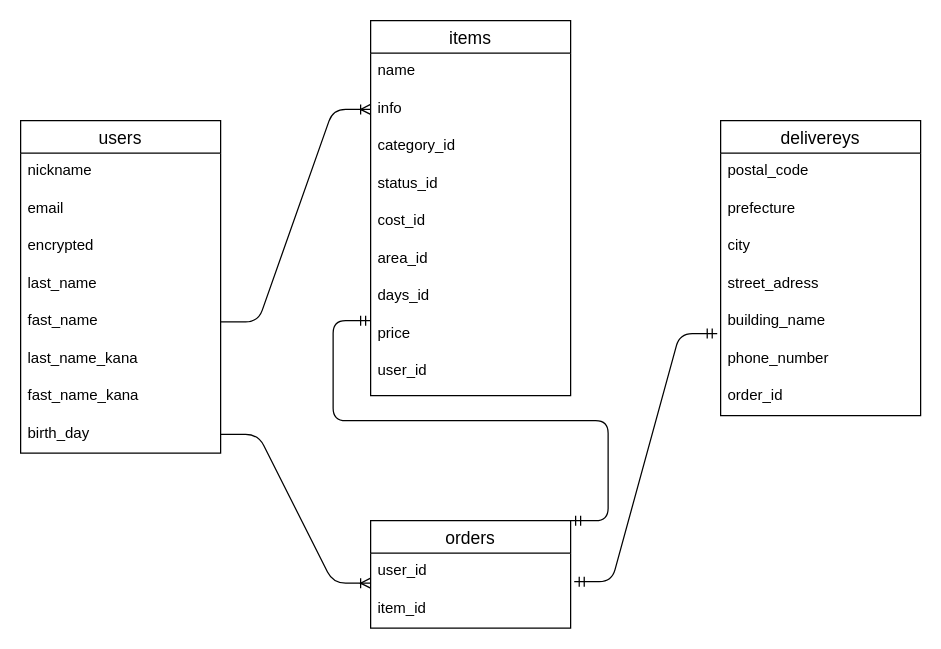
Above: test.dio in chantake1128/furima-41428 (draw.io), before the change. Source tidied: cells renumbered, new cells numbered last; positions are measured from the earlier drawing's top-left corner, leaving out a move shared by most shapes. Both pictures are drawn from the tidied source at 125%, with x=0, y=0 at pixel (20, 20).
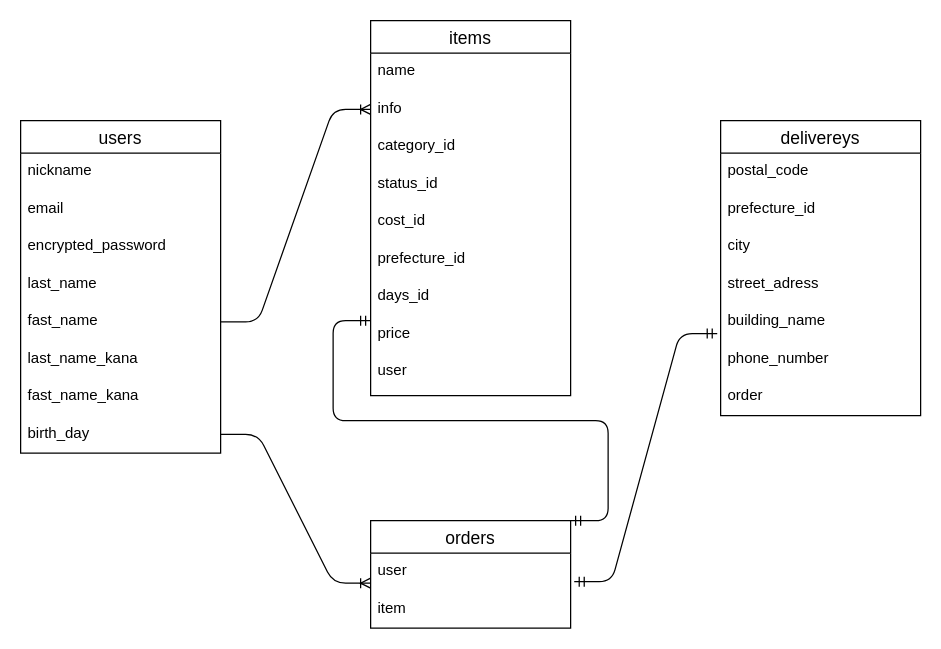
The same page after the edit.

Unchanged cells that the change refers to:
```xml
<mxCell id="2" value="users" style="swimlane;fontStyle=0;horizontal=1;startSize=26;align=center;fontSize=14;" parent="1" vertex="1">
  <mxGeometry y="80" width="160" height="266" as="geometry" />
</mxCell>
<mxCell id="12" value="items" style="swimlane;fontStyle=0;horizontal=1;startSize=26;align=center;fontSize=14;" parent="1" vertex="1">
  <mxGeometry x="280" width="160" height="300" as="geometry" />
</mxCell>
<mxCell id="22" value="orders" style="swimlane;fontStyle=0;horizontal=1;startSize=26;align=center;fontSize=14;" parent="1" vertex="1">
  <mxGeometry x="280" y="400" width="160" height="86" as="geometry" />
</mxCell>
<mxCell id="25" value="delivereys" style="swimlane;fontStyle=0;horizontal=1;startSize=26;align=center;fontSize=14;" parent="1" vertex="1">
  <mxGeometry x="560" y="80" width="160" height="236" as="geometry" />
</mxCell>
```

What changed in the source:
```diff
@@
-    <mxCell id="5" value="encrypted" style="text;strokeColor=none;fillColor=none;spacingLeft=4;spacingRight=4;overflow=hidden;fontSize=12;" parent="2" vertex="1">
+    <mxCell id="5" value="encrypted_password" style="text;strokeColor=none;fillColor=none;spacingLeft=4;spacingRight=4;overflow=hidden;fontSize=12;" parent="2" vertex="1">
       <mxGeometry y="86" width="160" height="30" as="geometry" />
     </mxCell>
@@
-    <mxCell id="18" value="area_id" style="text;strokeColor=none;fillColor=none;spacingLeft=4;spacingRight=4;overflow=hidden;fontSize=12;" parent="12" vertex="1">
+    <mxCell id="18" value="prefecture_id" style="text;strokeColor=none;fillColor=none;spacingLeft=4;spacingRight=4;overflow=hidden;fontSize=12;" parent="12" vertex="1">
       <mxGeometry y="176" width="160" height="30" as="geometry" />
     </mxCell>
@@
-    <mxCell id="21" value="user_id" style="text;strokeColor=none;fillColor=none;spacingLeft=4;spacingRight=4;overflow=hidden;fontSize=12;" parent="12" vertex="1">
+    <mxCell id="21" value="user" style="text;strokeColor=none;fillColor=none;spacingLeft=4;spacingRight=4;overflow=hidden;fontSize=12;" parent="12" vertex="1">
       <mxGeometry y="266" width="160" height="34" as="geometry" />
     </mxCell>
@@
-    <mxCell id="23" value="user_id" style="text;strokeColor=none;fillColor=none;spacingLeft=4;spacingRight=4;overflow=hidden;points=[[0,0.5],[1,0.5]];portConstraint=eastwest;fontSize=12;" parent="22" vertex="1">
+    <mxCell id="23" value="user" style="text;strokeColor=none;fillColor=none;spacingLeft=4;spacingRight=4;overflow=hidden;points=[[0,0.5],[1,0.5]];portConstraint=eastwest;fontSize=12;" parent="22" vertex="1">
       <mxGeometry y="26" width="160" height="30" as="geometry" />
     </mxCell>
-    <mxCell id="24" value="item_id" style="text;strokeColor=none;fillColor=none;spacingLeft=4;spacingRight=4;overflow=hidden;fontSize=12;" parent="22" vertex="1">
+    <mxCell id="24" value="item" style="text;strokeColor=none;fillColor=none;spacingLeft=4;spacingRight=4;overflow=hidden;fontSize=12;" parent="22" vertex="1">
       <mxGeometry y="56" width="160" height="30" as="geometry" />
     </mxCell>
@@
-    <mxCell id="27" value="prefecture" style="text;strokeColor=none;fillColor=none;spacingLeft=4;spacingRight=4;overflow=hidden;fontSize=12;" parent="25" vertex="1">
+    <mxCell id="27" value="prefecture_id" style="text;strokeColor=none;fillColor=none;spacingLeft=4;spacingRight=4;overflow=hidden;fontSize=12;" parent="25" vertex="1">
       <mxGeometry y="56" width="160" height="30" as="geometry" />
     </mxCell>
@@
-    <mxCell id="32" value="order_id" style="text;strokeColor=none;fillColor=none;spacingLeft=4;spacingRight=4;overflow=hidden;fontSize=12;" parent="25" vertex="1">
+    <mxCell id="32" value="order" style="text;strokeColor=none;fillColor=none;spacingLeft=4;spacingRight=4;overflow=hidden;fontSize=12;" parent="25" vertex="1">
       <mxGeometry y="206" width="160" height="30" as="geometry" />
     </mxCell>
```
